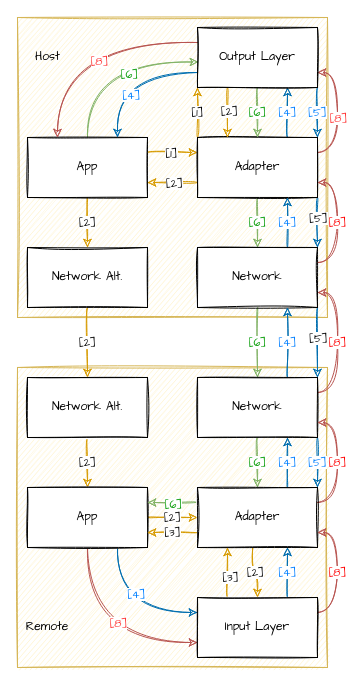
This is protocol.drawio from loreanvictor/observables-over-boundary, a draw.io file, before an edit. Source tidied: cells renumbered, new cells numbered last; positions are measured from the earlier drawing's top-left corner, leaving out a move shared by most shapes. Both pictures are drawn from the tidied source at 100%, with x=0, y=0 at pixel (17, 17).
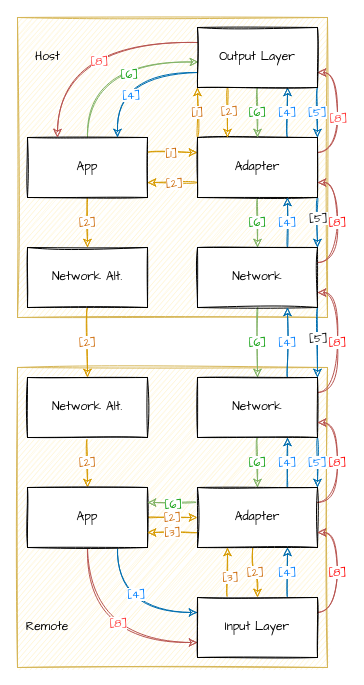
The same page after the edit.

Unchanged cells that the change refers to:
```xml
<mxCell id="5" style="edgeStyle=orthogonalEdgeStyle;jettySize=auto;html=1;exitX=1;exitY=0.25;exitDx=0;exitDy=0;entryX=0;entryY=0.25;entryDx=0;entryDy=0;curved=1;fillColor=#ffcd28;strokeColor=#d79b00;sketch=1;gradientColor=#ffa500;fontFamily=Comic Sans MS;" parent="1" edge="1" source="10" target="20">
  <mxGeometry relative="1" as="geometry" />
</mxCell>
<mxCell id="10" value="App" style="whiteSpace=wrap;html=1;sketch=1;fontFamily=Comic Sans MS;" parent="1" vertex="1">
  <mxGeometry x="10" y="120" width="120" height="60" as="geometry" />
</mxCell>
<mxCell id="20" value="Adapter" style="whiteSpace=wrap;html=1;sketch=1;fontFamily=Comic Sans MS;" parent="1" vertex="1">
  <mxGeometry x="180" y="120" width="120" height="60" as="geometry" />
</mxCell>
<mxCell id="21" style="edgeStyle=orthogonalEdgeStyle;jettySize=auto;html=1;entryX=0.25;entryY=0;entryDx=0;entryDy=0;exitX=0.25;exitY=1;exitDx=0;exitDy=0;curved=1;fillColor=#ffcd28;strokeColor=#d79b00;sketch=1;gradientColor=#ffa500;fontFamily=Comic Sans MS;" parent="1" edge="1" source="29" target="20">
  <mxGeometry relative="1" as="geometry" />
</mxCell>
<mxCell id="29" value="Output Layer" style="whiteSpace=wrap;html=1;sketch=1;fontFamily=Comic Sans MS;" parent="1" vertex="1">
  <mxGeometry x="180" y="10" width="120" height="60" as="geometry" />
</mxCell>
<mxCell id="31" value="Network Alt." style="whiteSpace=wrap;html=1;sketch=1;fontFamily=Comic Sans MS;" parent="1" vertex="1">
  <mxGeometry x="10" y="230" width="120" height="60" as="geometry" />
</mxCell>
<mxCell id="41" value="Network Alt." style="whiteSpace=wrap;html=1;sketch=1;fontFamily=Comic Sans MS;" parent="1" vertex="1">
  <mxGeometry x="10" y="360" width="120" height="60" as="geometry" />
</mxCell>
<mxCell id="47" value="App" style="whiteSpace=wrap;html=1;sketch=1;fontFamily=Comic Sans MS;" parent="1" vertex="1">
  <mxGeometry x="10" y="470" width="120" height="60" as="geometry" />
</mxCell>
<mxCell id="59" value="Adapter" style="whiteSpace=wrap;html=1;sketch=1;fontFamily=Comic Sans MS;" parent="1" vertex="1">
  <mxGeometry x="180" y="470" width="120" height="60" as="geometry" />
</mxCell>
<mxCell id="64" value="Input Layer" style="whiteSpace=wrap;html=1;sketch=1;fontFamily=Comic Sans MS;" parent="1" vertex="1">
  <mxGeometry x="180" y="580" width="120" height="60" as="geometry" />
</mxCell>
```

What changed in the source:
```diff
@@
-    <mxCell id="6" value="[1]" style="edgeLabel;html=1;align=center;verticalAlign=middle;sketch=1;fontFamily=Comic Sans MS;" parent="5" vertex="1">
+    <mxCell id="6" value="[1]" style="edgeLabel;html=1;align=center;verticalAlign=middle;sketch=1;fontFamily=Comic Sans MS;fontColor=#CC6600;" parent="5" vertex="1">
       <mxGeometry x="-0.08" relative="1" as="geometry" />
     </mxCell>
-    <mxCell id="7" value="[2]" style="edgeStyle=orthogonalEdgeStyle;jettySize=auto;html=1;exitX=0.5;exitY=1;exitDx=0;exitDy=0;entryX=0.5;entryY=0;entryDx=0;entryDy=0;curved=1;fillColor=#ffcd28;strokeColor=#d79b00;sketch=1;gradientColor=#ffa500;fontFamily=Comic Sans MS;" parent="1" edge="1" source="10" target="31">
+    <mxCell id="7" value="[2]" style="edgeStyle=orthogonalEdgeStyle;jettySize=auto;html=1;exitX=0.5;exitY=1;exitDx=0;exitDy=0;entryX=0.5;entryY=0;entryDx=0;entryDy=0;curved=1;fillColor=#ffcd28;strokeColor=#d79b00;sketch=1;gradientColor=#ffa500;fontFamily=Comic Sans MS;fontColor=#CC6600;" parent="1" edge="1" source="10" target="31">
       <mxGeometry relative="1" as="geometry" />
     </mxCell>
@@
-    <mxCell id="11" value="[1]" style="edgeStyle=orthogonalEdgeStyle;jettySize=auto;html=1;exitX=0;exitY=0;exitDx=0;exitDy=0;entryX=0;entryY=1;entryDx=0;entryDy=0;curved=1;fillColor=#ffcd28;strokeColor=#d79b00;sketch=1;gradientColor=#ffa500;fontFamily=Comic Sans MS;" parent="1" edge="1" source="20" target="29">
+    <mxCell id="11" value="[1]" style="edgeStyle=orthogonalEdgeStyle;jettySize=auto;html=1;exitX=0;exitY=0;exitDx=0;exitDy=0;entryX=0;entryY=1;entryDx=0;entryDy=0;curved=1;fillColor=#ffcd28;strokeColor=#d79b00;sketch=1;gradientColor=#ffa500;fontFamily=Comic Sans MS;fontColor=#CC6600;" parent="1" edge="1" source="20" target="29">
       <mxGeometry relative="1" as="geometry" />
     </mxCell>
-    <mxCell id="12" style="edgeStyle=orthogonalEdgeStyle;jettySize=auto;html=1;exitX=0;exitY=0.75;exitDx=0;exitDy=0;entryX=1;entryY=0.75;entryDx=0;entryDy=0;curved=1;fillColor=#ffcd28;strokeColor=#d79b00;sketch=1;gradientColor=#ffa500;fontFamily=Comic Sans MS;" parent="1" edge="1" source="20" target="10">
+    <mxCell id="12" style="edgeStyle=orthogonalEdgeStyle;jettySize=auto;html=1;exitX=0;exitY=0.75;exitDx=0;exitDy=0;entryX=1;entryY=0.75;entryDx=0;entryDy=0;curved=1;fillColor=#ffcd28;strokeColor=#d79b00;sketch=1;gradientColor=#ffa500;fontFamily=Comic Sans MS;fontColor=#CC6600;" parent="1" edge="1" source="20" target="10">
       <mxGeometry relative="1" as="geometry" />
     </mxCell>
-    <mxCell id="13" value="[2]" style="edgeLabel;html=1;align=center;verticalAlign=middle;sketch=1;fontFamily=Comic Sans MS;" parent="12" vertex="1">
+    <mxCell id="13" value="[2]" style="edgeLabel;html=1;align=center;verticalAlign=middle;sketch=1;fontFamily=Comic Sans MS;fontColor=#CC6600;" parent="12" vertex="1">
       <mxGeometry x="-0.06" relative="1" as="geometry" />
     </mxCell>
@@
-    <mxCell id="22" value="[2]" style="edgeLabel;html=1;align=center;verticalAlign=middle;sketch=1;fontFamily=Comic Sans MS;" parent="21" vertex="1">
+    <mxCell id="22" value="[2]" style="edgeLabel;html=1;align=center;verticalAlign=middle;sketch=1;fontFamily=Comic Sans MS;fontColor=#CC6600;" parent="21" vertex="1">
       <mxGeometry x="-0.09" y="1" relative="1" as="geometry" />
     </mxCell>
@@
-    <mxCell id="30" value="[2]" style="edgeStyle=orthogonalEdgeStyle;jettySize=auto;html=1;exitX=0.5;exitY=1;exitDx=0;exitDy=0;entryX=0.5;entryY=0;entryDx=0;entryDy=0;curved=1;fillColor=#ffe6cc;strokeColor=#d79b00;sketch=1;fontFamily=Comic Sans MS;" parent="1" edge="1" source="31" target="41">
+    <mxCell id="30" value="[2]" style="edgeStyle=orthogonalEdgeStyle;jettySize=auto;html=1;exitX=0.5;exitY=1;exitDx=0;exitDy=0;entryX=0.5;entryY=0;entryDx=0;entryDy=0;curved=1;fillColor=#ffe6cc;strokeColor=#d79b00;sketch=1;fontFamily=Comic Sans MS;fontColor=#CC6600;" parent="1" edge="1" source="31" target="41">
       <mxGeometry relative="1" as="geometry" />
     </mxCell>
@@
-    <mxCell id="40" value="[2]" style="edgeStyle=orthogonalEdgeStyle;jettySize=auto;html=1;exitX=0.5;exitY=1;exitDx=0;exitDy=0;entryX=0.5;entryY=0;entryDx=0;entryDy=0;curved=1;fillColor=#ffe6cc;strokeColor=#d79b00;sketch=1;fontFamily=Comic Sans MS;" parent="1" edge="1" source="41" target="47">
+    <mxCell id="40" value="[2]" style="edgeStyle=orthogonalEdgeStyle;jettySize=auto;html=1;exitX=0.5;exitY=1;exitDx=0;exitDy=0;entryX=0.5;entryY=0;entryDx=0;entryDy=0;curved=1;fillColor=#ffe6cc;strokeColor=#d79b00;sketch=1;fontFamily=Comic Sans MS;fontColor=#CC6600;" parent="1" edge="1" source="41" target="47">
       <mxGeometry relative="1" as="geometry" />
     </mxCell>
@@
-    <mxCell id="42" value="[2]" style="edgeStyle=orthogonalEdgeStyle;jettySize=auto;html=1;exitX=1;exitY=0.5;exitDx=0;exitDy=0;entryX=0;entryY=0.5;entryDx=0;entryDy=0;curved=1;fillColor=#ffe6cc;strokeColor=#d79b00;sketch=1;fontFamily=Comic Sans MS;" parent="1" edge="1" source="47" target="59">
+    <mxCell id="42" value="[2]" style="edgeStyle=orthogonalEdgeStyle;jettySize=auto;html=1;exitX=1;exitY=0.5;exitDx=0;exitDy=0;entryX=0;entryY=0.5;entryDx=0;entryDy=0;curved=1;fillColor=#ffe6cc;strokeColor=#d79b00;sketch=1;fontFamily=Comic Sans MS;fontColor=#CC6600;" parent="1" edge="1" source="47" target="59">
       <mxGeometry relative="1" as="geometry" />
     </mxCell>
@@
-    <mxCell id="53" value="[2]" style="edgeStyle=orthogonalEdgeStyle;jettySize=auto;html=1;exitX=0.46;exitY=1.016;exitDx=0;exitDy=0;entryX=0.5;entryY=0;entryDx=0;entryDy=0;exitPerimeter=0;curved=1;fillColor=#ffe6cc;strokeColor=#d79b00;sketch=1;fontFamily=Comic Sans MS;" parent="1" edge="1" source="59" target="64">
+    <mxCell id="53" value="[2]" style="edgeStyle=orthogonalEdgeStyle;jettySize=auto;html=1;exitX=0.46;exitY=1.016;exitDx=0;exitDy=0;entryX=0.5;entryY=0;entryDx=0;entryDy=0;exitPerimeter=0;curved=1;fillColor=#ffe6cc;strokeColor=#d79b00;sketch=1;fontFamily=Comic Sans MS;fontColor=#CC6600;" parent="1" edge="1" source="59" target="64">
       <mxGeometry relative="1" as="geometry" />
     </mxCell>
-    <mxCell id="54" value="[3]" style="edgeStyle=orthogonalEdgeStyle;jettySize=auto;html=1;exitX=0;exitY=0.75;exitDx=0;exitDy=0;entryX=1;entryY=0.75;entryDx=0;entryDy=0;curved=1;fillColor=#ffe6cc;strokeColor=#d79b00;sketch=1;fontFamily=Comic Sans MS;" parent="1" edge="1" source="59" target="47">
+    <mxCell id="54" value="[3]" style="edgeStyle=orthogonalEdgeStyle;jettySize=auto;html=1;exitX=0;exitY=0.75;exitDx=0;exitDy=0;entryX=1;entryY=0.75;entryDx=0;entryDy=0;curved=1;fillColor=#ffe6cc;strokeColor=#d79b00;sketch=1;fontFamily=Comic Sans MS;fontColor=#CC6600;" parent="1" edge="1" source="59" target="47">
       <mxGeometry relative="1" as="geometry" />
     </mxCell>
@@
-    <mxCell id="60" style="edgeStyle=orthogonalEdgeStyle;jettySize=auto;html=1;exitX=0.25;exitY=0;exitDx=0;exitDy=0;entryX=0.25;entryY=1;entryDx=0;entryDy=0;curved=1;fillColor=#ffe6cc;strokeColor=#d79b00;sketch=1;fontFamily=Comic Sans MS;" parent="1" edge="1" source="64" target="59">
+    <mxCell id="60" style="edgeStyle=orthogonalEdgeStyle;jettySize=auto;html=1;exitX=0.25;exitY=0;exitDx=0;exitDy=0;entryX=0.25;entryY=1;entryDx=0;entryDy=0;curved=1;fillColor=#ffe6cc;strokeColor=#d79b00;sketch=1;fontFamily=Comic Sans MS;fontColor=#CC6600;" parent="1" edge="1" source="64" target="59">
       <mxGeometry relative="1" as="geometry" />
     </mxCell>
-    <mxCell id="61" value="[3]" style="edgeLabel;html=1;align=center;verticalAlign=middle;sketch=1;fontFamily=Comic Sans MS;" parent="60" vertex="1">
+    <mxCell id="61" value="[3]" style="edgeLabel;html=1;align=center;verticalAlign=middle;sketch=1;fontFamily=Comic Sans MS;fontColor=#CC6600;" parent="60" vertex="1">
       <mxGeometry x="-0.15" y="-2" relative="1" as="geometry" />
     </mxCell>
```
